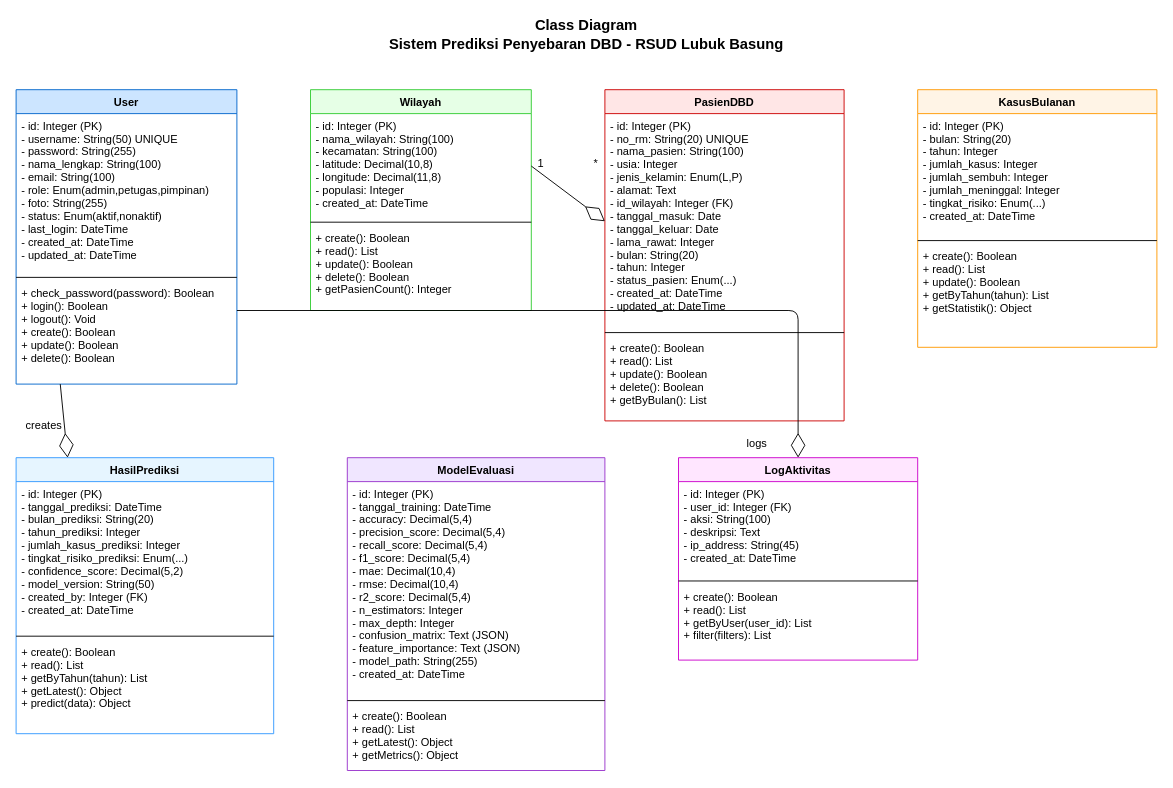
The draw.io diagram Dokumen/UML/class_diagram.drawio in Suwardi87/prediksi-DBD, before the edit. Source tidied: cells renumbered, new cells numbered last; positions are measured from the earlier drawing's top-left corner, leaving out a move shared by most shapes. Both pictures are drawn from the tidied source at 92%, with x=0, y=0 at pixel (16, 16).
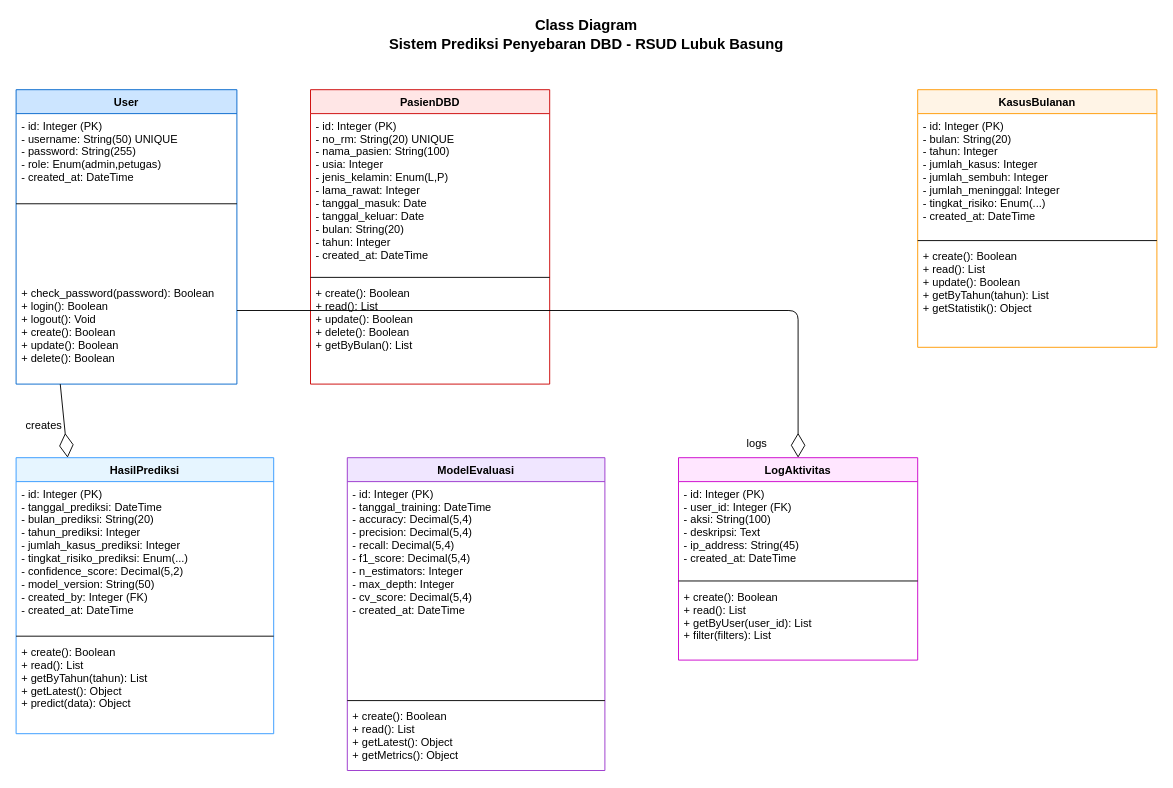
The same diagram, later.

The change refers to these unchanged cells:
```xml
<mxCell id="3" value="User" style="swimlane;fontStyle=1;align=center;verticalAlign=top;horizontal=1;startSize=26;fillColor=#CCE5FF;strokeColor=#0066CC;" parent="1" vertex="1">
  <mxGeometry y="80" width="240" height="320" as="geometry" />
</mxCell>
<mxCell id="23" value="ModelEvaluasi" style="swimlane;fontStyle=1;align=center;verticalAlign=top;horizontal=1;startSize=26;fillColor=#F0E6FF;strokeColor=#9933CC;" parent="1" vertex="1">
  <mxGeometry x="360" y="480" width="280" height="340" as="geometry" />
</mxCell>
```

Diff of the diagram source:
```diff
@@
-    <mxCell id="4" value="- id: Integer (PK)&#10;- username: String(50) UNIQUE&#10;- password: String(255)&#10;- nama_lengkap: String(100)&#10;- email: String(100)&#10;- role: Enum(admin,petugas,pimpinan)&#10;- foto: String(255)&#10;- status: Enum(aktif,nonaktif)&#10;- last_login: DateTime&#10;- created_at: DateTime&#10;- updated_at: DateTime" style="text;strokeColor=none;fillColor=none;align=left;verticalAlign=top;spacingLeft=4;spacingRight=4;overflow=hidden;" parent="3" vertex="1">
-      <mxGeometry y="26" width="240" height="174" as="geometry" />
+    <mxCell id="4" value="- id: Integer (PK)&#10;- username: String(50) UNIQUE&#10;- password: String(255)&#10;- role: Enum(admin,petugas)&#10;- created_at: DateTime" style="text;strokeColor=none;fillColor=none;align=left;verticalAlign=top;spacingLeft=4;spacingRight=4;overflow=hidden;" parent="3" vertex="1">
+      <mxGeometry y="26" width="240" height="94" as="geometry" />
     </mxCell>
     <mxCell id="5" style="line;strokeWidth=1;fillColor=none;align=left;verticalAlign=middle;spacingTop=-1;spacingLeft=3;spacingRight=3;labelPosition=right;" parent="3" vertex="1">
-      <mxGeometry y="200" width="240" height="8" as="geometry" />
+      <mxGeometry y="120" width="240" height="8" as="geometry" />
     </mxCell>
@@
-    <mxCell id="7" value="Wilayah" style="swimlane;fontStyle=1;align=center;verticalAlign=top;horizontal=1;startSize=26;fillColor=#E6FFE6;strokeColor=#33CC33;" parent="1" vertex="1">
-      <mxGeometry x="320" y="80" width="240" height="240" as="geometry" />
-    </mxCell>
-    <mxCell id="8" value="- id: Integer (PK)&#10;- nama_wilayah: String(100)&#10;- kecamatan: String(100)&#10;- latitude: Decimal(10,8)&#10;- longitude: Decimal(11,8)&#10;- populasi: Integer&#10;- created_at: DateTime" style="text;strokeColor=none;fillColor=none;align=left;verticalAlign=top;spacingLeft=4;spacingRight=4;overflow=hidden;points=[[0,0.5],[1,0.5]];portConstraint=eastwest;" parent="7" vertex="1">
-      <mxGeometry y="26" width="240" height="114" as="geometry" />
-    </mxCell>
-    <mxCell id="9" style="line;strokeWidth=1;fillColor=none;align=left;verticalAlign=middle;spacingTop=-1;spacingLeft=3;spacingRight=3;labelPosition=right;" parent="7" vertex="1">
-      <mxGeometry y="140" width="240" height="8" as="geometry" />
-    </mxCell>
-    <mxCell id="10" value="+ create(): Boolean&#10;+ read(): List&#10;+ update(): Boolean&#10;+ delete(): Boolean&#10;+ getPasienCount(): Integer" style="text;strokeColor=none;fillColor=none;align=left;verticalAlign=top;spacingLeft=4;spacingRight=4;overflow=hidden;" parent="7" vertex="1">
-      <mxGeometry y="148" width="240" height="92" as="geometry" />
-    </mxCell>
     <mxCell id="11" value="PasienDBD" style="swimlane;fontStyle=1;align=center;verticalAlign=top;horizontal=1;startSize=26;fillColor=#FFE6E6;strokeColor=#CC0000;" parent="1" vertex="1">
-      <mxGeometry x="640" y="80" width="260" height="360" as="geometry" />
+      <mxGeometry x="320" y="80" width="260" height="320" as="geometry" />
     </mxCell>
-    <mxCell id="12" value="- id: Integer (PK)&#10;- no_rm: String(20) UNIQUE&#10;- nama_pasien: String(100)&#10;- usia: Integer&#10;- jenis_kelamin: Enum(L,P)&#10;- alamat: Text&#10;- id_wilayah: Integer (FK)&#10;- tanggal_masuk: Date&#10;- tanggal_keluar: Date&#10;- lama_rawat: Integer&#10;- bulan: String(20)&#10;- tahun: Integer&#10;- status_pasien: Enum(...)&#10;- created_at: DateTime&#10;- updated_at: DateTime" style="text;strokeColor=none;fillColor=none;align=left;verticalAlign=top;spacingLeft=4;spacingRight=4;overflow=hidden;points=[[0,0.5],[1,0.5]];portConstraint=eastwest;" parent="11" vertex="1">
-      <mxGeometry y="26" width="260" height="234" as="geometry" />
+    <mxCell id="12" value="- id: Integer (PK)&#10;- no_rm: String(20) UNIQUE&#10;- nama_pasien: String(100)&#10;- usia: Integer&#10;- jenis_kelamin: Enum(L,P)&#10;- lama_rawat: Integer&#10;- tanggal_masuk: Date&#10;- tanggal_keluar: Date&#10;- bulan: String(20)&#10;- tahun: Integer&#10;- created_at: DateTime" style="text;strokeColor=none;fillColor=none;align=left;verticalAlign=top;spacingLeft=4;spacingRight=4;overflow=hidden;points=[[0,0.5],[1,0.5]];portConstraint=eastwest;" parent="11" vertex="1">
+      <mxGeometry y="26" width="260" height="174" as="geometry" />
     </mxCell>
     <mxCell id="13" style="line;strokeWidth=1;fillColor=none;align=left;verticalAlign=middle;spacingTop=-1;spacingLeft=3;spacingRight=3;labelPosition=right;" parent="11" vertex="1">
-      <mxGeometry y="260" width="260" height="8" as="geometry" />
+      <mxGeometry y="200" width="260" height="8" as="geometry" />
     </mxCell>
     <mxCell id="14" value="+ create(): Boolean&#10;+ read(): List&#10;+ update(): Boolean&#10;+ delete(): Boolean&#10;+ getByBulan(): List" style="text;strokeColor=none;fillColor=none;align=left;verticalAlign=top;spacingLeft=4;spacingRight=4;overflow=hidden;" parent="11" vertex="1">
-      <mxGeometry y="268" width="260" height="92" as="geometry" />
+      <mxGeometry y="208" width="260" height="92" as="geometry" />
     </mxCell>
@@
-    <mxCell id="24" value="- id: Integer (PK)&#10;- tanggal_training: DateTime&#10;- accuracy: Decimal(5,4)&#10;- precision_score: Decimal(5,4)&#10;- recall_score: Decimal(5,4)&#10;- f1_score: Decimal(5,4)&#10;- mae: Decimal(10,4)&#10;- rmse: Decimal(10,4)&#10;- r2_score: Decimal(5,4)&#10;- n_estimators: Integer&#10;- max_depth: Integer&#10;- confusion_matrix: Text (JSON)&#10;- feature_importance: Text (JSON)&#10;- model_path: String(255)&#10;- created_at: DateTime" style="text;strokeColor=none;fillColor=none;align=left;verticalAlign=top;spacingLeft=4;spacingRight=4;overflow=hidden;" parent="23" vertex="1">
-      <mxGeometry y="26" width="280" height="234" as="geometry" />
+    <mxCell id="24" value="- id: Integer (PK)&#10;- tanggal_training: DateTime&#10;- accuracy: Decimal(5,4)&#10;- precision: Decimal(5,4)&#10;- recall: Decimal(5,4)&#10;- f1_score: Decimal(5,4)&#10;- n_estimators: Integer&#10;- max_depth: Integer&#10;- cv_score: Decimal(5,4)&#10;- created_at: DateTime" style="text;strokeColor=none;fillColor=none;align=left;verticalAlign=top;spacingLeft=4;spacingRight=4;overflow=hidden;" parent="23" vertex="1">
+      <mxGeometry y="26" width="280" height="164" as="geometry" />
     </mxCell>
@@
-    <mxCell id="31" style="endArrow=diamondThin;endFill=0;endSize=24;html=1;exitX=1;exitY=0.5;exitDx=0;exitDy=0;entryX=0;entryY=0.5;entryDx=0;entryDy=0;" parent="1" edge="1" source="8" target="12">
-      <mxGeometry relative="1" as="geometry" />
-    </mxCell>
-    <mxCell id="32" value="1" style="text;html=1;align=center;verticalAlign=middle;" parent="1" vertex="1">
-      <mxGeometry x="560" y="150" width="20" height="20" as="geometry" />
-    </mxCell>
-    <mxCell id="33" value="*" style="text;html=1;align=center;verticalAlign=middle;" parent="1" vertex="1">
-      <mxGeometry x="620" y="150" width="20" height="20" as="geometry" />
-    </mxCell>
```
